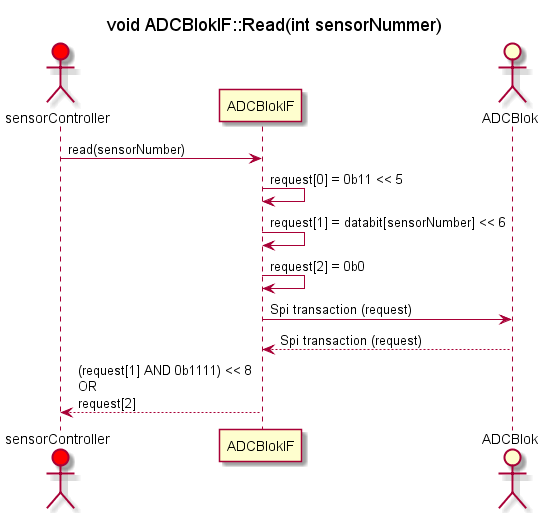
Earlier version of the PlantUML export Design/SE/SensorController/Software/Klasser/ADCBlok/ADCBlokRead/ADCBlokRead.png (Solvgraa-mager/E4PRJ4). Source of this version:
```plantuml
@startuml ADCBlokRead
title void ADCBlokIF::Read(int sensorNummer)

skinparam MaxMessageSize 300

actor sensorController as SC #red
participant ADCBlokIF as ADCIF
actor ADCBlok as ADC

SC -> ADCIF : read(sensorNumber)
ADCIF -> ADCIF : request[0] = 0b11 << 5
ADCIF -> ADCIF : request[1] = databit[sensorNumber] << 6
ADCIF -> ADCIF : request[2] = 0b0
ADCIF -> ADC : Spi transaction (request)
ADC --> ADCIF : Spi transaction (request)
ADCIF --> SC : (request[1] AND 0b1111) << 8 \nOR \nrequest[2]

@enduml
```
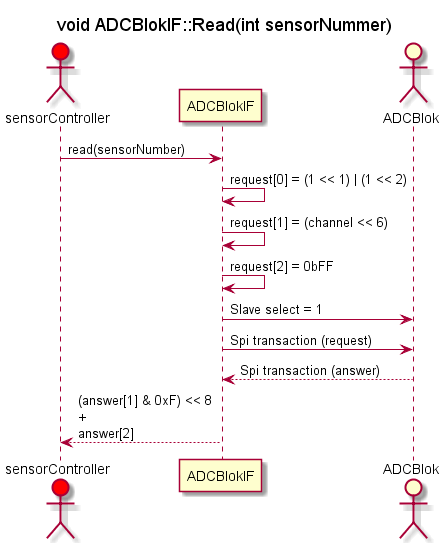
Above is the later version.

The edit, as a diff of the source:
```diff
@@ -1,18 +1,19 @@
 @startuml ADCBlokRead
 title void ADCBlokIF::Read(int sensorNummer)
 
-skinparam MaxMessageSize 300
+skinparam MaxMessageSize 500
 
 actor sensorController as SC #red
 participant ADCBlokIF as ADCIF
 actor ADCBlok as ADC
 
 SC -> ADCIF : read(sensorNumber)
-ADCIF -> ADCIF : request[0] = 0b11 << 5
-ADCIF -> ADCIF : request[1] = databit[sensorNumber] << 6
-ADCIF -> ADCIF : request[2] = 0b0
+ADCIF -> ADCIF : request[0] = (1 << 1) | (1 << 2)
+ADCIF -> ADCIF : request[1] = (channel << 6)
+ADCIF -> ADCIF : request[2] = 0bFF
+ADCIF -> ADC : Slave select = 1
 ADCIF -> ADC : Spi transaction (request)
-ADC --> ADCIF : Spi transaction (request)
-ADCIF --> SC : (request[1] AND 0b1111) << 8 \nOR \nrequest[2]
+ADC --> ADCIF : Spi transaction (answer)
+ADCIF --> SC : (answer[1] & 0xF) << 8 \n+ \nanswer[2]
 
 @enduml
```
